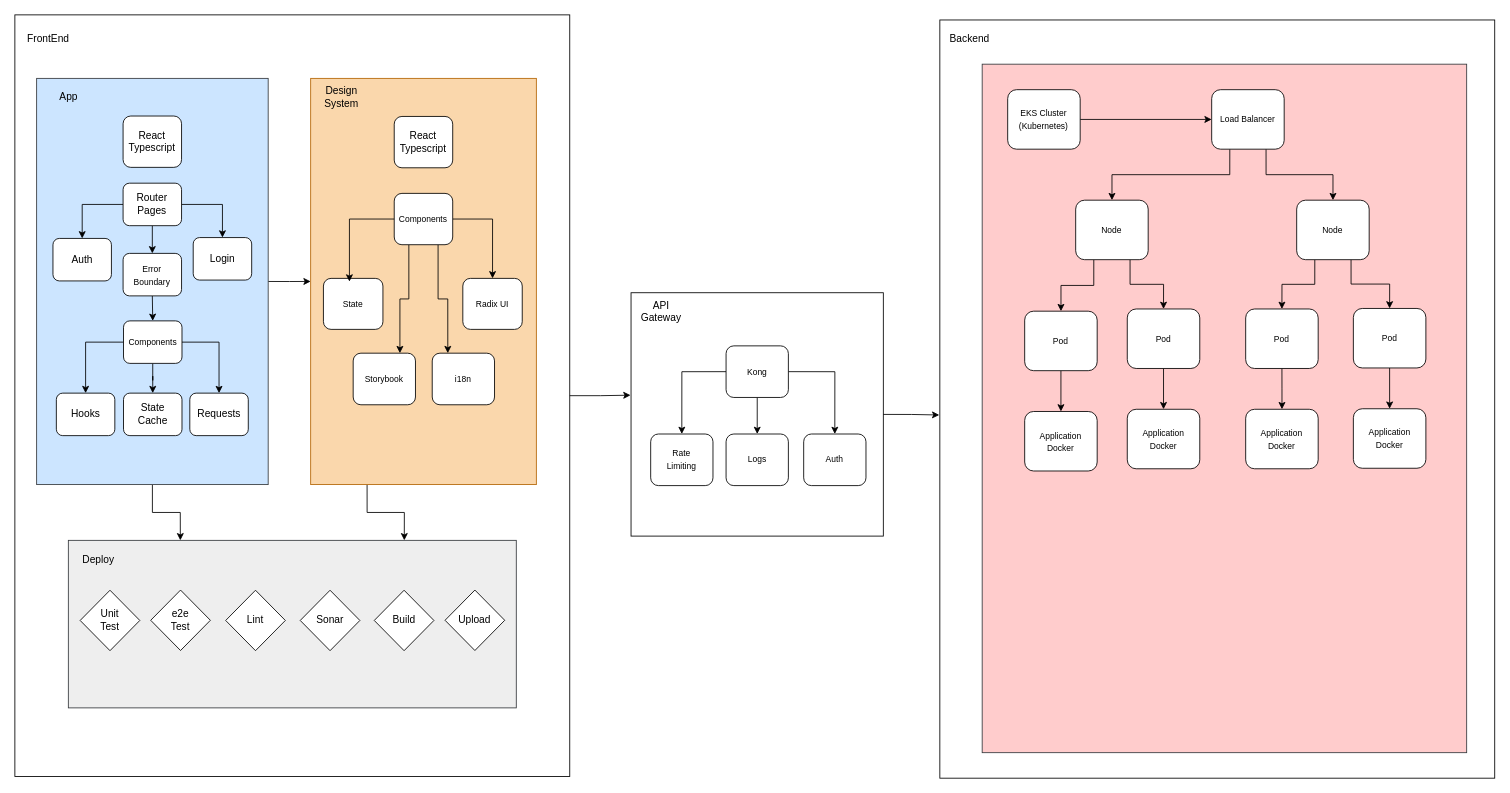
matheushf/drawio keeps this draw.io diagram as saved/SystemDesign.drawio. Above is the earlier version. Source tidied: cells renumbered, new cells numbered last; positions are measured from the earlier drawing's top-left corner, leaving out a move shared by most shapes. Both pictures are drawn from the tidied source at 85%, with x=0, y=0 at pixel (14, 14).
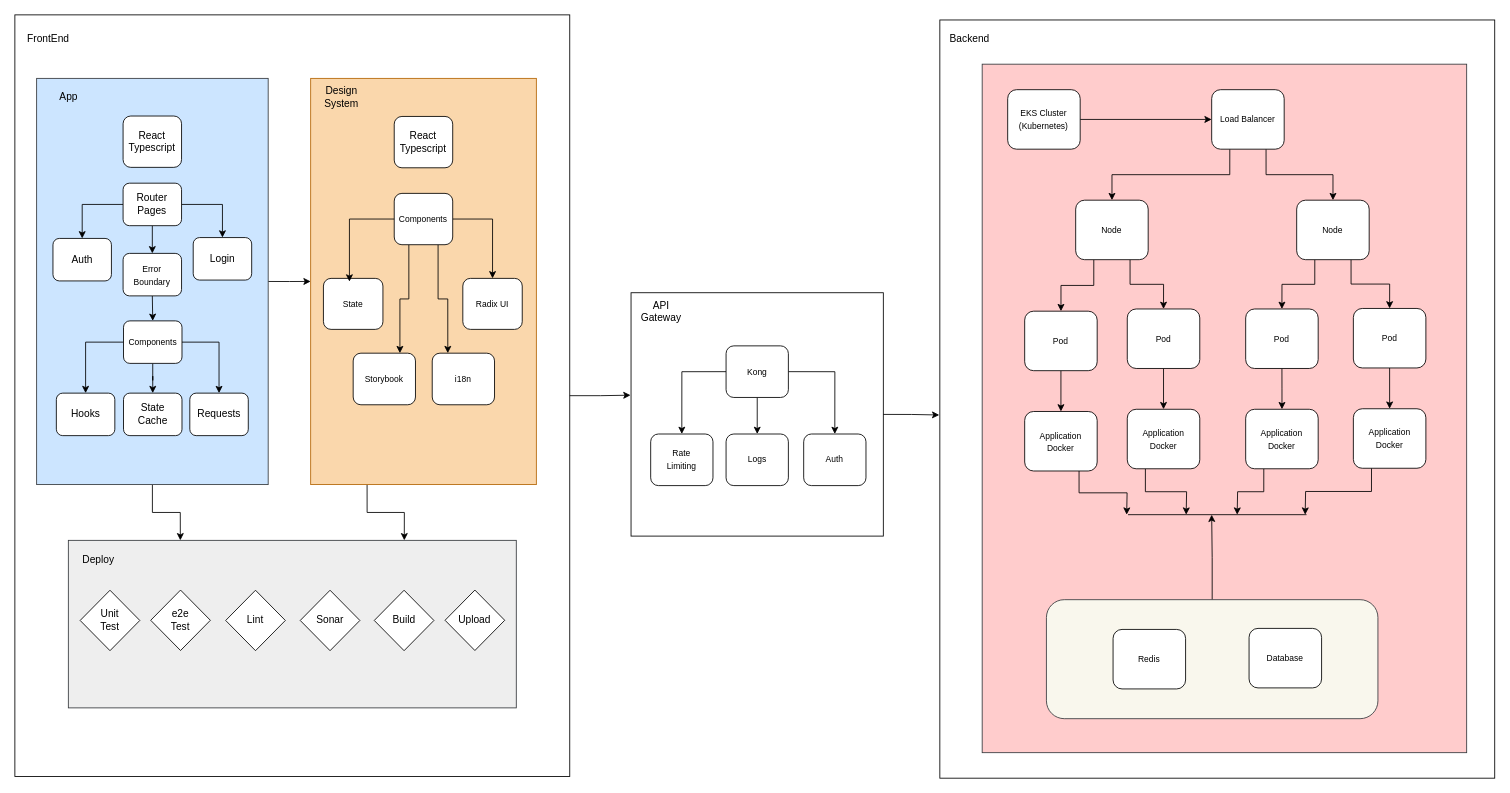
The same page after the edit.

Unchanged cells that the change refers to:
```xml
<mxCell id="78" value="&lt;span style=&quot;font-size: 10px;&quot;&gt;Application&lt;/span&gt;&lt;div&gt;&lt;span style=&quot;font-size: 10px;&quot;&gt;Docker&lt;/span&gt;&lt;/div&gt;" style="rounded=1;whiteSpace=wrap;html=1;" parent="1" vertex="1">
  <mxGeometry x="1188" y="466.6" width="85.3" height="70" as="geometry" />
</mxCell>
<mxCell id="79" value="&lt;span style=&quot;font-size: 10px;&quot;&gt;Application&lt;/span&gt;&lt;div&gt;&lt;span style=&quot;font-size: 10px;&quot;&gt;Docker&lt;/span&gt;&lt;/div&gt;" style="rounded=1;whiteSpace=wrap;html=1;" parent="1" vertex="1">
  <mxGeometry x="1308.7" y="464" width="85.3" height="70" as="geometry" />
</mxCell>
<mxCell id="80" value="&lt;span style=&quot;font-size: 10px;&quot;&gt;Application&lt;/span&gt;&lt;div&gt;&lt;span style=&quot;font-size: 10px;&quot;&gt;Docker&lt;/span&gt;&lt;/div&gt;" style="rounded=1;whiteSpace=wrap;html=1;" parent="1" vertex="1">
  <mxGeometry x="1448" y="464" width="85.3" height="70" as="geometry" />
</mxCell>
<mxCell id="81" value="&lt;span style=&quot;font-size: 10px;&quot;&gt;Application&lt;/span&gt;&lt;div&gt;&lt;span style=&quot;font-size: 10px;&quot;&gt;Docker&lt;/span&gt;&lt;/div&gt;" style="rounded=1;whiteSpace=wrap;html=1;" parent="1" vertex="1">
  <mxGeometry x="1574.7" y="463.4" width="85.3" height="70" as="geometry" />
</mxCell>
```

What changed in the source:
```diff
@@
+    <mxCell id="82" style="edgeStyle=orthogonalEdgeStyle;rounded=0;jettySize=auto;html=1;exitX=0.75;exitY=1;exitDx=0;exitDy=0;fontFamily=Helvetica;fontSize=12;fontColor=default;" parent="1" edge="1" source="78">
+      <mxGeometry relative="1" as="geometry">
+        <mxPoint x="1308" y="588" as="targetPoint" />
+      </mxGeometry>
+    </mxCell>
@@
+    <mxCell id="83" style="edgeStyle=orthogonalEdgeStyle;rounded=0;jettySize=auto;html=1;exitX=0.25;exitY=1;exitDx=0;exitDy=0;fontFamily=Helvetica;fontSize=12;fontColor=default;" parent="1" edge="1" source="79">
+      <mxGeometry relative="1" as="geometry">
+        <mxPoint x="1378" y="588" as="targetPoint" />
+      </mxGeometry>
+    </mxCell>
@@
+    <mxCell id="84" style="edgeStyle=orthogonalEdgeStyle;rounded=0;jettySize=auto;html=1;exitX=0.25;exitY=1;exitDx=0;exitDy=0;fontFamily=Helvetica;fontSize=12;fontColor=default;" parent="1" edge="1" source="80">
+      <mxGeometry relative="1" as="geometry">
+        <mxPoint x="1438" y="588" as="targetPoint" />
+      </mxGeometry>
+    </mxCell>
@@
+    <mxCell id="85" style="edgeStyle=orthogonalEdgeStyle;rounded=0;jettySize=auto;html=1;exitX=0.25;exitY=1;exitDx=0;exitDy=0;fontFamily=Helvetica;fontSize=12;fontColor=default;" parent="1" edge="1" source="81">
+      <mxGeometry relative="1" as="geometry">
+        <mxPoint x="1518" y="588" as="targetPoint" />
+      </mxGeometry>
+    </mxCell>
@@
+    <mxCell id="86" style="edgeStyle=orthogonalEdgeStyle;rounded=0;jettySize=auto;html=1;exitX=0.5;exitY=0;exitDx=0;exitDy=0;fontFamily=Helvetica;fontSize=12;fontColor=default;" parent="1" edge="1" source="87">
+      <mxGeometry relative="1" as="geometry">
+        <mxPoint x="1408" y="588" as="targetPoint" />
+      </mxGeometry>
+    </mxCell>
+    <mxCell id="87" style="rounded=1;whiteSpace=wrap;html=1;strokeColor=#36393d;align=center;verticalAlign=middle;fontFamily=Helvetica;fontSize=12;fillColor=#f9f7ed;" parent="1" vertex="1">
+      <mxGeometry x="1213.6" y="688" width="390" height="140" as="geometry" />
+    </mxCell>
+    <mxCell id="88" value="&lt;span style=&quot;font-size: 10px;&quot;&gt;Redis&lt;/span&gt;" style="rounded=1;whiteSpace=wrap;html=1;" parent="1" vertex="1">
+      <mxGeometry x="1292" y="723" width="85.3" height="70" as="geometry" />
+    </mxCell>
+    <mxCell id="89" value="&lt;span style=&quot;font-size: 10px;&quot;&gt;Database&lt;/span&gt;" style="rounded=1;whiteSpace=wrap;html=1;" parent="1" vertex="1">
+      <mxGeometry x="1452" y="721.8" width="85.3" height="70" as="geometry" />
+    </mxCell>
+    <mxCell id="90" style="endArrow=none;html=1;rounded=0;fontFamily=Helvetica;fontSize=12;fontColor=default;" parent="1" edge="1">
+      <mxGeometry relative="1" as="geometry">
+        <mxPoint x="1309.6" y="588" as="sourcePoint" />
+        <mxPoint x="1519.6" y="588" as="targetPoint" />
+      </mxGeometry>
+    </mxCell>
```
